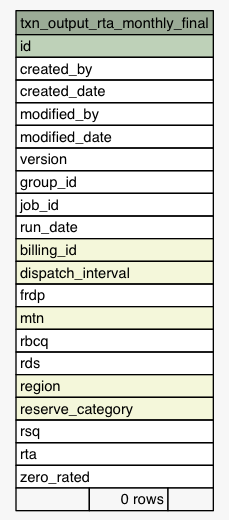
Earlier version of the Graphviz export Data/settlement/diagrams/summary/txn_output_rta_monthly_final.1degree.png (eyana-m/python-data-dictionary-writer). Its source is kept beside it as Data/settlement/diagrams/summary/txn_output_rta_monthly_final.1degree.dot.
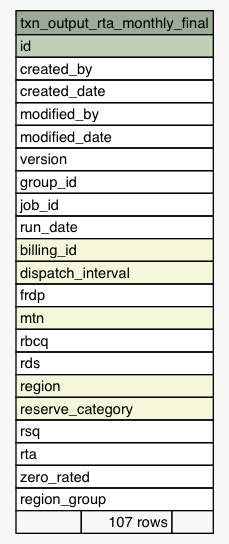
Later version of the same file.

Change to the diagram source:
```diff
@@ -39,7 +39,8 @@
       <TR><TD PORT="rsq" COLSPAN="3" ALIGN="LEFT">rsq</TD></TR>
       <TR><TD PORT="rta" COLSPAN="3" ALIGN="LEFT">rta</TD></TR>
       <TR><TD PORT="zero_rated" COLSPAN="3" ALIGN="LEFT">zero_rated</TD></TR>
-      <TR><TD ALIGN="LEFT" BGCOLOR="#f7f7f7">  </TD><TD ALIGN="RIGHT" BGCOLOR="#f7f7f7">0 rows</TD><TD ALIGN="RIGHT" BGCOLOR="#f7f7f7">  </TD></TR>
+      <TR><TD PORT="region_group" COLSPAN="3" ALIGN="LEFT">region_group</TD></TR>
+      <TR><TD ALIGN="LEFT" BGCOLOR="#f7f7f7">  </TD><TD ALIGN="RIGHT" BGCOLOR="#f7f7f7">107 rows</TD><TD ALIGN="RIGHT" BGCOLOR="#f7f7f7">  </TD></TR>
     </TABLE>>
     URL="tables/txn_output_rta_monthly_final.html"
     tooltip="txn_output_rta_monthly_final"
```
